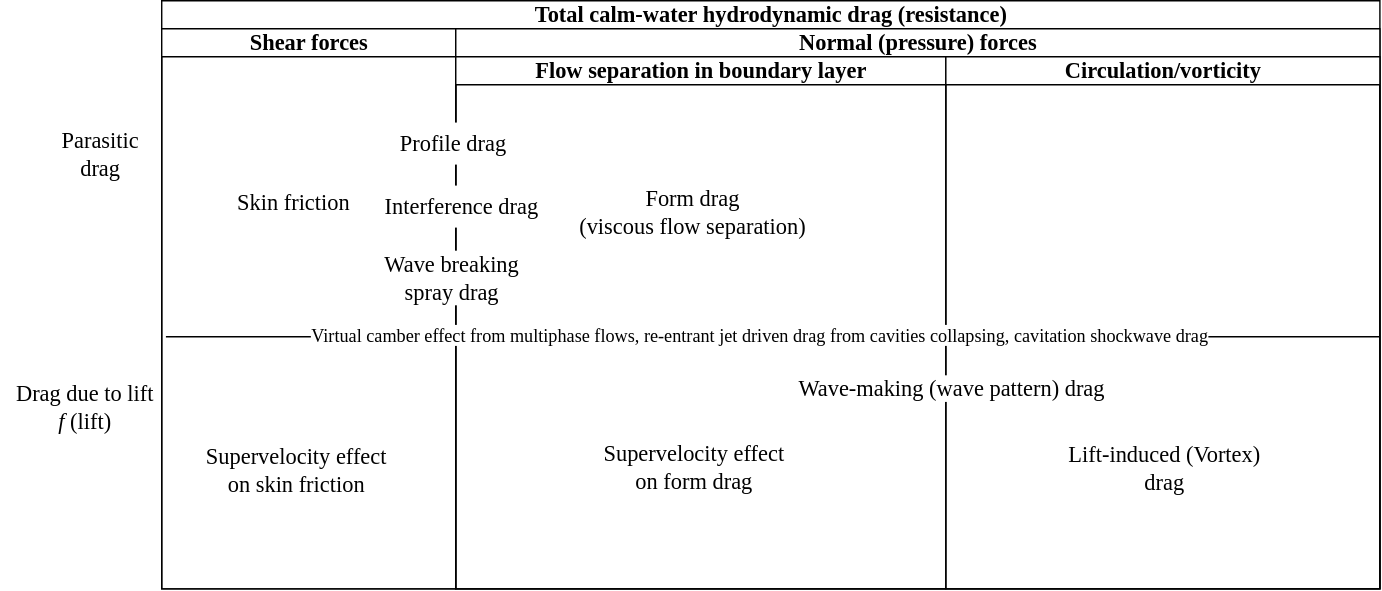
Above: docs/figures/dragBuildUp.drawio.svg in mdolab/DCFoil.jl (draw.io), before the change. Source tidied: cells renumbered, new cells last; positions are measured from the earlier drawing's top-left corner, leaving out a move shared by most shapes.
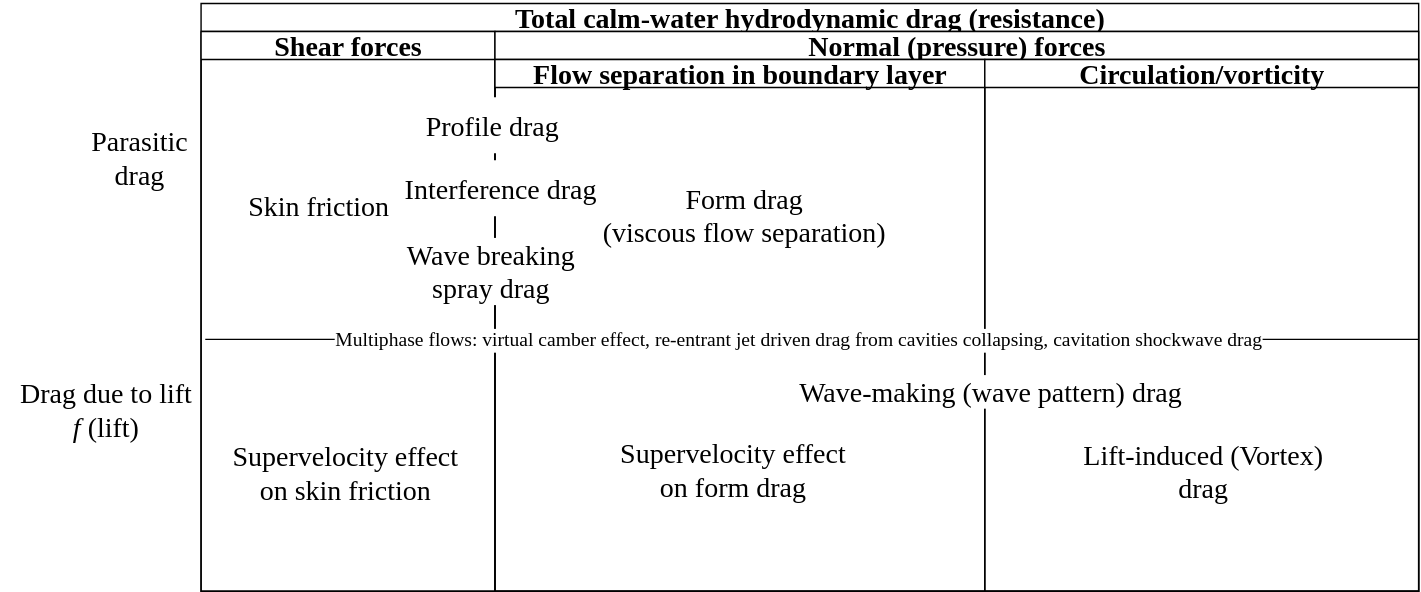
Above is the later version.

Diff of the diagram source:
```diff
@@ -2,32 +2,32 @@
   <root>
     <mxCell id="0" />
     <mxCell id="1" parent="0" />
-    <mxCell id="2" value="&lt;font style=&quot;font-size: 16px;&quot;&gt;Total calm-water hydrodynamic drag (resistance)&lt;/font&gt;" style="swimlane;startSize=20;html=1;fontFamily=Times New Roman;fontSize=16;" parent="1" vertex="1">
+    <mxCell id="2" value="&lt;font style=&quot;font-size: 20px;&quot;&gt;Total calm-water hydrodynamic drag (resistance)&lt;/font&gt;" style="swimlane;startSize=20;html=1;fontFamily=Times New Roman;fontSize=16;" parent="1" vertex="1">
       <mxGeometry x="115" width="870" height="420" as="geometry" />
     </mxCell>
-    <mxCell id="3" value="Shear forces" style="swimlane;startSize=20;html=1;fontFamily=Times New Roman;fontSize=16;" parent="2" vertex="1">
+    <mxCell id="3" value="&lt;font style=&quot;font-size: 20px;&quot;&gt;Shear forces&lt;/font&gt;" style="swimlane;startSize=20;html=1;fontFamily=Times New Roman;fontSize=16;" parent="2" vertex="1">
       <mxGeometry y="20" width="210" height="400" as="geometry" />
     </mxCell>
-    <mxCell id="4" value="Normal (pressure) forces" style="swimlane;startSize=20;html=1;fontFamily=Times New Roman;fontSize=16;" parent="2" vertex="1">
+    <mxCell id="4" value="&lt;font style=&quot;font-size: 20px;&quot;&gt;Normal (pressure) forces&lt;/font&gt;" style="swimlane;startSize=20;html=1;fontFamily=Times New Roman;fontSize=16;" parent="2" vertex="1">
       <mxGeometry x="210" y="20" width="660" height="400" as="geometry" />
     </mxCell>
-    <mxCell id="5" value="Flow separation in boundary layer" style="swimlane;startSize=20;html=1;fontFamily=Times New Roman;fontSize=16;" parent="4" vertex="1">
+    <mxCell id="5" value="&lt;font style=&quot;font-size: 20px;&quot;&gt;Flow separation in boundary layer&lt;/font&gt;" style="swimlane;startSize=20;html=1;fontFamily=Times New Roman;fontSize=16;" parent="4" vertex="1">
       <mxGeometry y="20" width="350" height="380" as="geometry" />
     </mxCell>
-    <mxCell id="6" value="Circulation/vorticity" style="swimlane;startSize=20;html=1;fontFamily=Times New Roman;fontSize=16;" parent="4" vertex="1">
+    <mxCell id="6" value="&lt;font style=&quot;font-size: 20px;&quot;&gt;Circulation/vorticity&lt;/font&gt;" style="swimlane;startSize=20;html=1;fontFamily=Times New Roman;fontSize=16;" parent="4" vertex="1">
       <mxGeometry x="350" y="20" width="310" height="380" as="geometry" />
     </mxCell>
-    <mxCell id="7" value="Wave-making (wave pattern) drag" style="text;html=1;align=center;verticalAlign=middle;strokeColor=none;fillColor=none;fontFamily=Times New Roman;labelBackgroundColor=default;fontSize=16;" parent="6" vertex="1">
-      <mxGeometry x="-116" y="222" width="240" height="30" as="geometry" />
+    <mxCell id="7" value="&lt;font style=&quot;font-size: 20px;&quot;&gt;Wave-making (wave pattern) drag&lt;/font&gt;" style="text;html=1;align=center;verticalAlign=middle;strokeColor=none;fillColor=none;fontFamily=Times New Roman;labelBackgroundColor=default;fontSize=16;" parent="6" vertex="1">
+      <mxGeometry x="-146" y="217" width="300" height="40" as="geometry" />
     </mxCell>
-    <mxCell id="8" value="Lift-induced (Vortex)&lt;br style=&quot;font-size: 16px;&quot;&gt;drag" style="text;html=1;align=center;verticalAlign=middle;strokeColor=none;fillColor=none;fontFamily=Times New Roman;fontSize=16;" parent="6" vertex="1">
-      <mxGeometry x="76.5" y="269" width="160" height="50" as="geometry" />
+    <mxCell id="8" value="&lt;font style=&quot;font-size: 20px;&quot;&gt;Lift-induced (Vortex)&lt;br style=&quot;&quot;&gt;drag&lt;/font&gt;" style="text;html=1;align=center;verticalAlign=middle;strokeColor=none;fillColor=none;fontFamily=Times New Roman;fontSize=16;" parent="6" vertex="1">
+      <mxGeometry x="61.5" y="264" width="190" height="60" as="geometry" />
     </mxCell>
-    <mxCell id="9" value="Parasitic&lt;br style=&quot;font-size: 16px;&quot;&gt;drag" style="text;html=1;align=center;verticalAlign=middle;strokeColor=none;fillColor=none;fontFamily=Times New Roman;fontSize=16;" parent="1" vertex="1">
-      <mxGeometry x="31" y="85" width="80" height="50" as="geometry" />
+    <mxCell id="9" value="&lt;font style=&quot;font-size: 20px;&quot;&gt;Parasitic&lt;br style=&quot;&quot;&gt;drag&lt;/font&gt;" style="text;html=1;align=center;verticalAlign=middle;strokeColor=none;fillColor=none;fontFamily=Times New Roman;fontSize=16;" parent="1" vertex="1">
+      <mxGeometry x="26" y="80" width="90" height="60" as="geometry" />
     </mxCell>
-    <mxCell id="10" value="Drag due to lift&lt;br style=&quot;font-size: 16px;&quot;&gt;&lt;i style=&quot;font-size: 16px;&quot;&gt;f&lt;/i&gt;(lift)" style="text;html=1;align=center;verticalAlign=middle;strokeColor=none;fillColor=none;fontFamily=Times New Roman;fontSize=16;" parent="1" vertex="1">
-      <mxGeometry y="265" width="120" height="50" as="geometry" />
+    <mxCell id="10" value="&lt;font style=&quot;font-size: 20px;&quot;&gt;Drag due to lift&lt;br style=&quot;&quot;&gt;&lt;i style=&quot;&quot;&gt;f&amp;nbsp;&lt;/i&gt;(lift)&lt;/font&gt;" style="text;html=1;align=center;verticalAlign=middle;strokeColor=none;fillColor=none;fontFamily=Times New Roman;fontSize=16;" parent="1" vertex="1">
+      <mxGeometry x="-28" y="260" width="150" height="60" as="geometry" />
     </mxCell>
     <mxCell id="11" style="endArrow=none;html=1;fontFamily=Times New Roman;fontSize=16;" parent="1" edge="1">
       <mxGeometry relative="1" as="geometry">
@@ -35,29 +35,29 @@
         <mxPoint x="985" y="240" as="targetPoint" />
       </mxGeometry>
     </mxCell>
-    <mxCell id="12" value="Interference drag" style="text;html=1;align=center;verticalAlign=middle;strokeColor=none;fillColor=default;fontFamily=Times New Roman;fontSize=16;" parent="1" vertex="1">
-      <mxGeometry x="264" y="132" width="130" height="30" as="geometry" />
+    <mxCell id="12" value="&lt;font style=&quot;font-size: 20px;&quot;&gt;Interference drag&lt;/font&gt;" style="text;html=1;align=center;verticalAlign=middle;strokeColor=none;fillColor=default;fontFamily=Times New Roman;fontSize=16;" parent="1" vertex="1">
+      <mxGeometry x="249" y="112" width="160" height="40" as="geometry" />
     </mxCell>
-    <mxCell id="13" value="Profile drag" style="text;html=1;align=center;verticalAlign=middle;strokeColor=none;fillColor=default;fontFamily=Times New Roman;fontSize=16;" parent="1" vertex="1">
-      <mxGeometry x="273" y="87" width="100" height="30" as="geometry" />
+    <mxCell id="13" value="&lt;font style=&quot;font-size: 20px;&quot;&gt;Profile drag&lt;/font&gt;" style="text;html=1;align=center;verticalAlign=middle;strokeColor=none;fillColor=default;fontFamily=Times New Roman;fontSize=16;" parent="1" vertex="1">
+      <mxGeometry x="263" y="67" width="120" height="40" as="geometry" />
     </mxCell>
-    <mxCell id="14" value="Wave breaking&lt;br&gt;spray&amp;nbsp;drag" style="text;html=1;align=center;verticalAlign=middle;strokeColor=none;fillColor=none;fontFamily=Times New Roman;labelBackgroundColor=default;fontSize=16;" parent="1" vertex="1">
-      <mxGeometry x="262" y="173" width="120" height="50" as="geometry" />
+    <mxCell id="14" value="&lt;font style=&quot;font-size: 20px;&quot;&gt;Wave breaking&lt;br&gt;spray&amp;nbsp;drag&lt;/font&gt;" style="text;html=1;align=center;verticalAlign=middle;strokeColor=none;fillColor=none;fontFamily=Times New Roman;labelBackgroundColor=default;fontSize=16;" parent="1" vertex="1">
+      <mxGeometry x="252" y="161" width="140" height="60" as="geometry" />
     </mxCell>
-    <mxCell id="15" value="Supervelocity effect &lt;br style=&quot;font-size: 16px;&quot;&gt;on form drag" style="text;html=1;align=center;verticalAlign=middle;strokeColor=none;fillColor=none;fontFamily=Times New Roman;fontSize=16;" parent="1" vertex="1">
-      <mxGeometry x="420" y="308" width="150" height="50" as="geometry" />
+    <mxCell id="15" value="&lt;font style=&quot;font-size: 20px;&quot;&gt;Supervelocity effect &lt;br style=&quot;&quot;&gt;on form drag&lt;/font&gt;" style="text;html=1;align=center;verticalAlign=middle;strokeColor=none;fillColor=none;fontFamily=Times New Roman;fontSize=16;" parent="1" vertex="1">
+      <mxGeometry x="405" y="303" width="180" height="60" as="geometry" />
     </mxCell>
-    <mxCell id="16" value="Form drag &lt;br style=&quot;font-size: 16px;&quot;&gt;(viscous flow separation)" style="text;html=1;align=center;verticalAlign=middle;strokeColor=none;fillColor=none;fontFamily=Times New Roman;fontSize=16;" parent="1" vertex="1">
-      <mxGeometry x="399" y="126" width="190" height="50" as="geometry" />
+    <mxCell id="16" value="&lt;font style=&quot;font-size: 20px;&quot;&gt;Form drag &lt;br style=&quot;&quot;&gt;(viscous flow separation)&lt;/font&gt;" style="text;html=1;align=center;verticalAlign=middle;strokeColor=none;fillColor=none;fontFamily=Times New Roman;fontSize=16;" parent="1" vertex="1">
+      <mxGeometry x="388" y="121" width="230" height="60" as="geometry" />
     </mxCell>
-    <mxCell id="17" value="&amp;nbsp;Virtual camber effect from multiphase flows, re-entrant jet driven drag from cavities collapsing, cavitation shockwave drag&amp;nbsp;" style="text;html=1;align=center;verticalAlign=middle;strokeColor=none;fillColor=none;fontFamily=Times New Roman;labelBackgroundColor=default;fontSize=13;" parent="1" vertex="1">
-      <mxGeometry x="207" y="224" width="670" height="30" as="geometry" />
+    <mxCell id="17" value="&lt;font style=&quot;font-size: 14px;&quot;&gt;&amp;nbsp;Multiphase flows: virtual camber effect, re-entrant jet driven drag from cavities collapsing, cavitation shockwave drag&amp;nbsp;&lt;/font&gt;" style="text;html=1;align=center;verticalAlign=middle;strokeColor=none;fillColor=none;fontFamily=Times New Roman;labelBackgroundColor=default;fontSize=13;" parent="1" vertex="1">
+      <mxGeometry x="197" y="226" width="690" height="30" as="geometry" />
     </mxCell>
-    <mxCell id="18" value="Supervelocity effect &lt;br style=&quot;font-size: 16px;&quot;&gt;on skin friction" style="text;html=1;align=center;verticalAlign=middle;strokeColor=none;fillColor=none;fontFamily=Times New Roman;fontSize=16;" parent="1" vertex="1">
-      <mxGeometry x="136" y="310" width="150" height="50" as="geometry" />
+    <mxCell id="18" value="&lt;font style=&quot;font-size: 20px;&quot;&gt;Supervelocity effect &lt;br style=&quot;&quot;&gt;on skin friction&lt;/font&gt;" style="text;html=1;align=center;verticalAlign=middle;strokeColor=none;fillColor=none;fontFamily=Times New Roman;fontSize=16;" parent="1" vertex="1">
+      <mxGeometry x="128" y="305" width="180" height="60" as="geometry" />
     </mxCell>
-    <mxCell id="19" value="Skin friction" style="text;html=1;align=center;verticalAlign=middle;strokeColor=none;fillColor=none;fontFamily=Times New Roman;fontSize=16;" parent="1" vertex="1">
-      <mxGeometry x="159" y="129" width="100" height="30" as="geometry" />
+    <mxCell id="19" value="&lt;font style=&quot;font-size: 20px;&quot;&gt;Skin friction&lt;/font&gt;" style="text;html=1;align=center;verticalAlign=middle;strokeColor=none;fillColor=none;fontFamily=Times New Roman;fontSize=16;" parent="1" vertex="1">
+      <mxGeometry x="139" y="124" width="120" height="40" as="geometry" />
     </mxCell>
   </root>
 </mxGraphModel>
```
